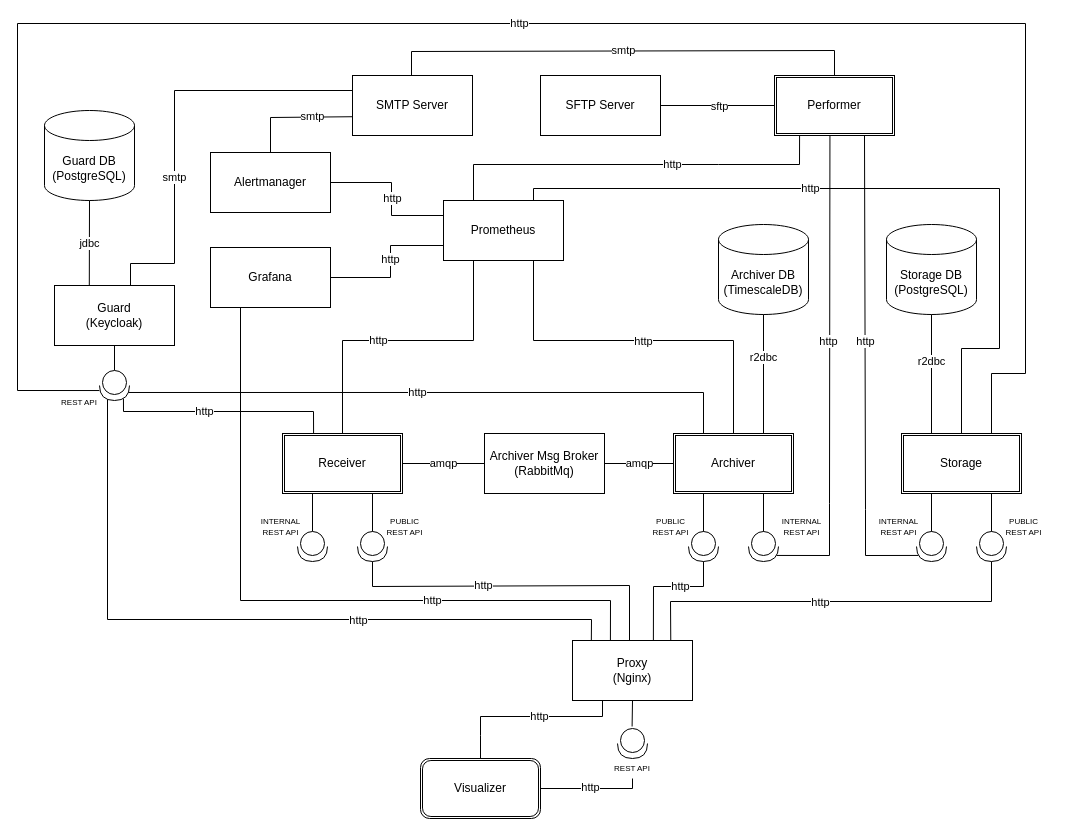
DSniatecki/location-tracker keeps this draw.io diagram as utils/docs/location-tracker-architecture.drawio. Above is the earlier version. Source tidied: cells renumbered, new cells numbered last; positions are measured from the earlier drawing's top-left corner, leaving out a move shared by most shapes. Both pictures are drawn from the tidied source at 100%, with x=0, y=0 at pixel (17, 23).
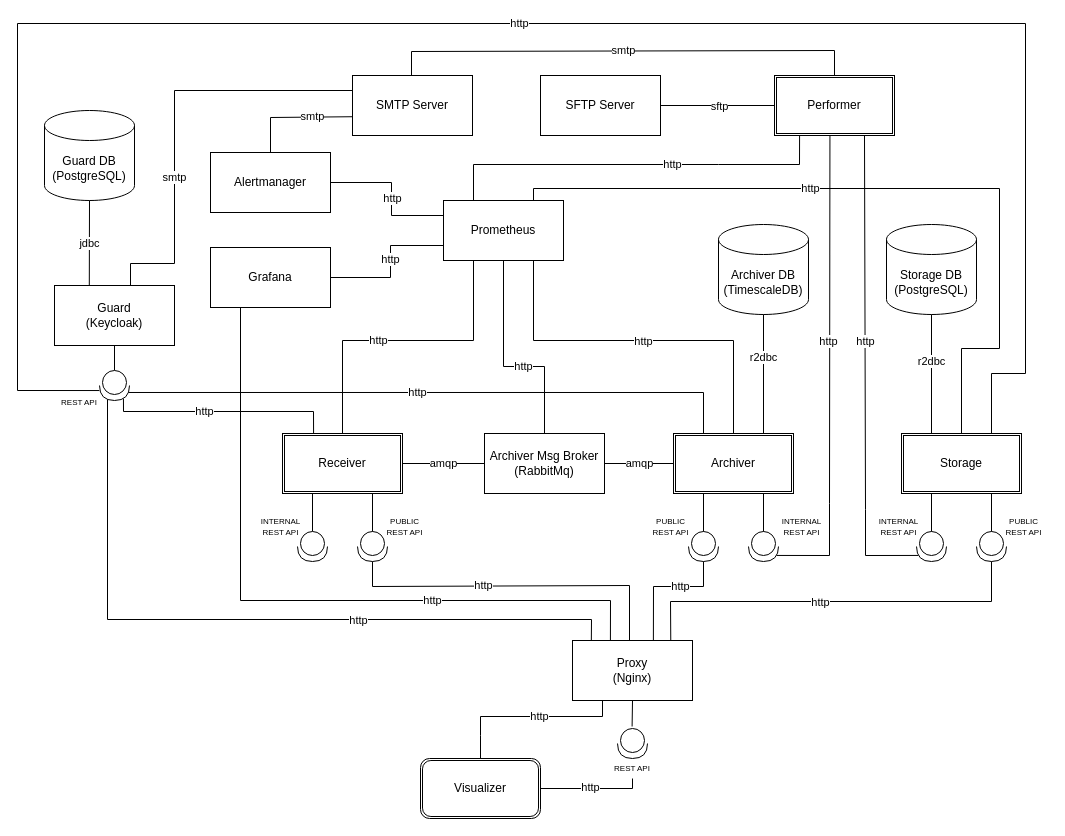
After the change.

Unchanged cells that the change refers to:
```xml
<mxCell id="4" value="Prometheus" style="rounded=0;whiteSpace=wrap;html=1;" parent="1" vertex="1">
  <mxGeometry x="426" y="177" width="120" height="60" as="geometry" />
</mxCell>
<mxCell id="7" value="Archiver Msg Broker&lt;br&gt;(RabbitMq)" style="rounded=0;whiteSpace=wrap;html=1;" parent="1" vertex="1">
  <mxGeometry x="467" y="410" width="120" height="60" as="geometry" />
</mxCell>
```

Change to the diagram source:
```diff
@@
+    <mxCell id="85" style="endArrow=none;html=1;rounded=0;entryX=0.5;entryY=1;entryDx=0;entryDy=0;exitX=0.5;exitY=0;exitDx=0;exitDy=0;" parent="1" edge="1" source="7" target="4">
+      <mxGeometry relative="1" as="geometry">
+        <Array as="points">
+          <mxPoint x="527" y="343" />
+          <mxPoint x="486" y="343" />
+        </Array>
+      </mxGeometry>
+    </mxCell>
+    <mxCell id="86" value="http" style="edgeLabel;html=1;align=center;verticalAlign=middle;" parent="85" vertex="1">
+      <mxGeometry x="-0.19" y="-1" relative="1" as="geometry">
+        <mxPoint x="-2" as="offset" />
+      </mxGeometry>
+    </mxCell>
```
